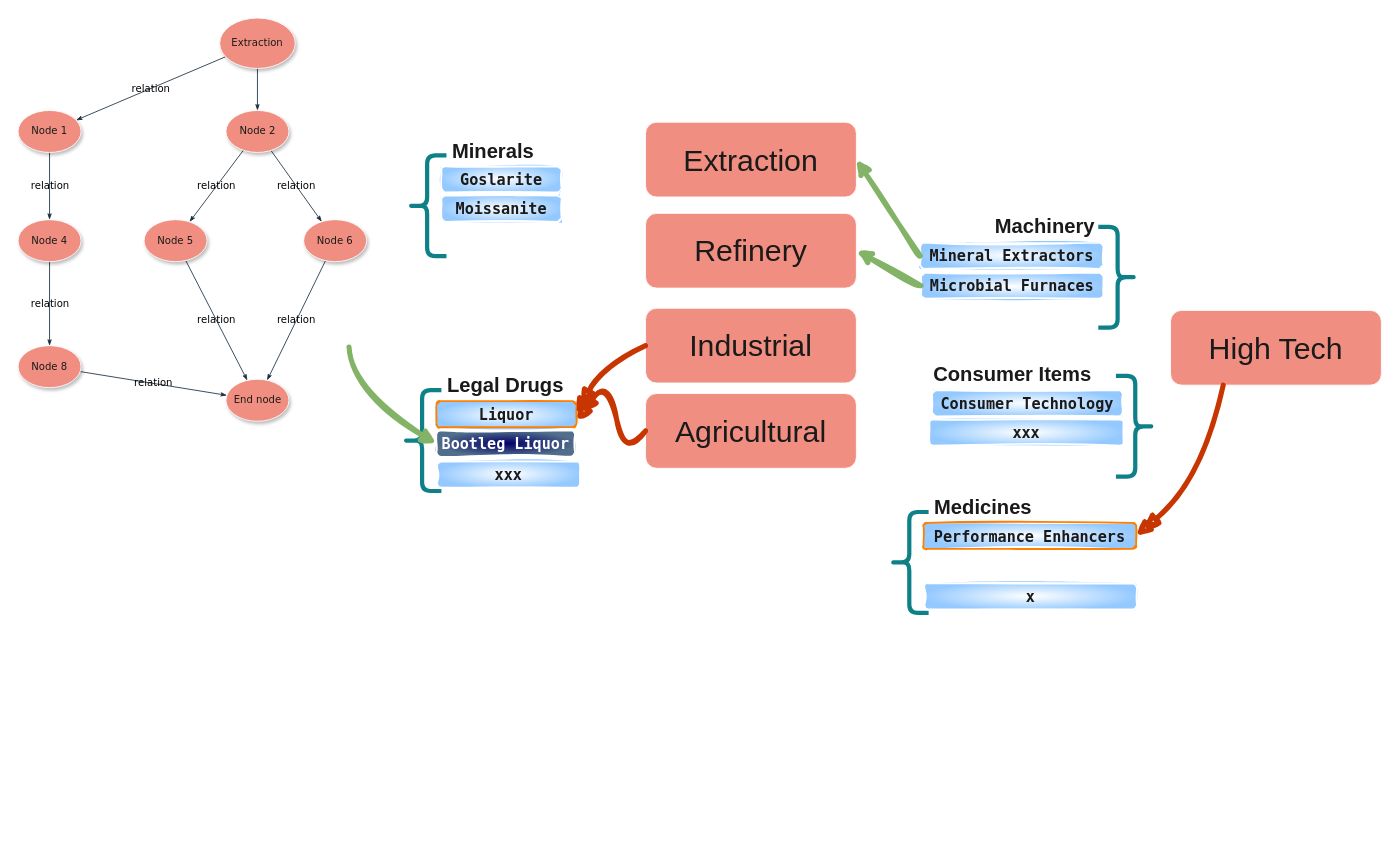
Before: docs/Untitled Diagram.drawio in zedayseekay/zeddocs, a draw.io diagram. Source tidied: cells renumbered, new cells numbered last; positions are measured from the earlier drawing's top-left corner, leaving out a move shared by most shapes. Both pictures are drawn from the tidied source at 84%, with x=0, y=0 at pixel (18, 18).
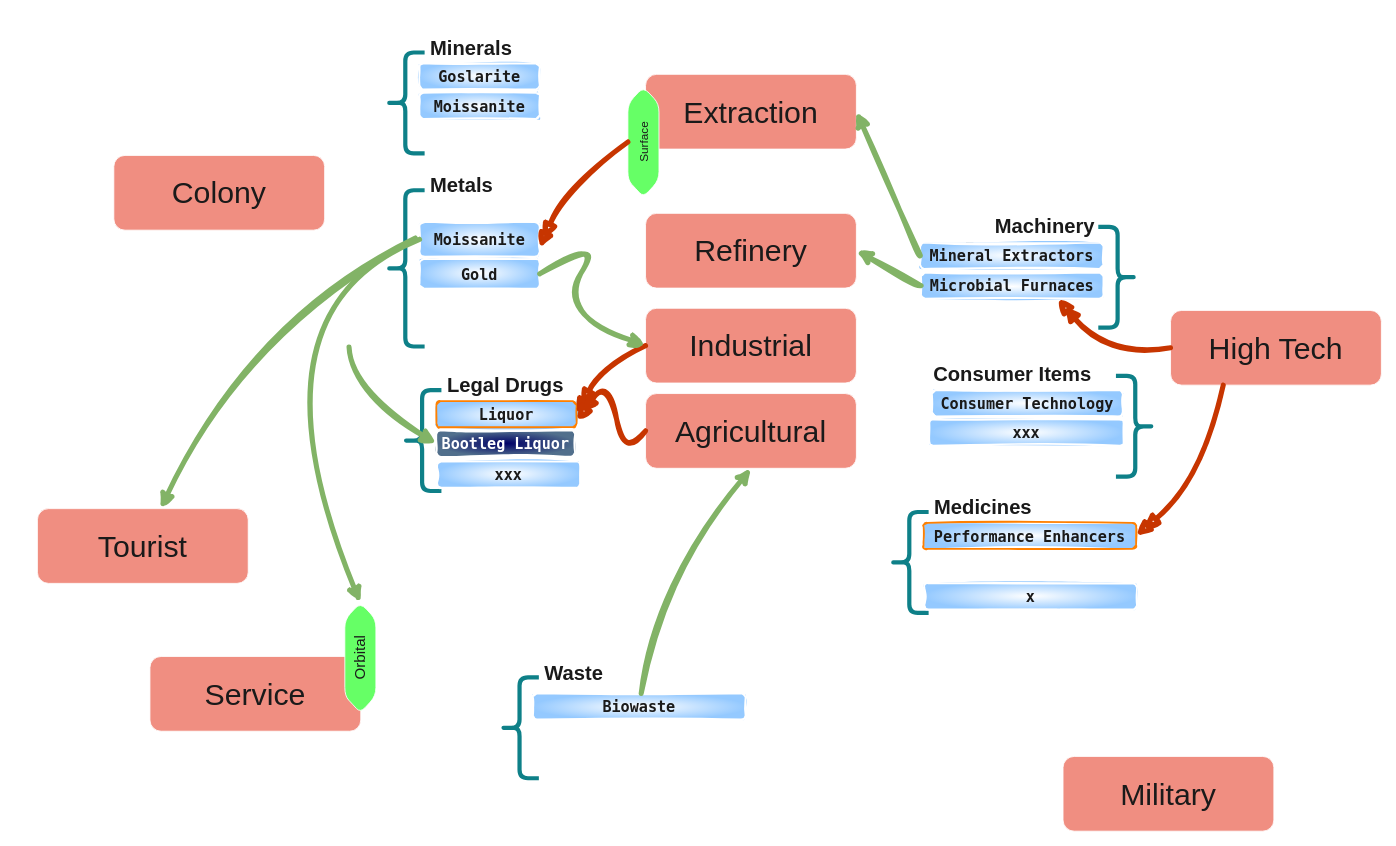
Above is the later version.

The change refers to these unchanged cells:
```xml
<mxCell id="27" value="High Tech" style="rounded=1;whiteSpace=wrap;html=1;strokeColor=#FFFFFF;fontColor=#1A1A1A;fillColor=#F08E81;fontSize=36;" parent="1" vertex="1">
  <mxGeometry x="1372" y="348" width="251" height="89" as="geometry" />
</mxCell>
<mxCell id="28" value="Industrial" style="rounded=1;whiteSpace=wrap;html=1;strokeColor=#FFFFFF;fontColor=#1A1A1A;fillColor=#F08E81;fontSize=36;" parent="1" vertex="1">
  <mxGeometry x="747" y="345.5" width="251" height="89" as="geometry" />
</mxCell>
<mxCell id="29" value="Microbial Furnaces" style="rounded=1;whiteSpace=wrap;html=1;strokeWidth=2;fillWeight=4;hachureGap=8;hachureAngle=45;fillColor=default;sketch=1;strokeColor=#FFFFFF;fontColor=#1A1A1A;fontStyle=1;fontSize=18;labelBorderColor=none;fontFamily=Lucida Console;gradientColor=#94C9FF;gradientDirection=radial;" parent="1" vertex="1">
  <mxGeometry x="1075" y="303" width="217" height="31" as="geometry" />
</mxCell>
<mxCell id="44" value="Agricultural" style="rounded=1;whiteSpace=wrap;html=1;strokeColor=#FFFFFF;fontColor=#1A1A1A;fillColor=#F08E81;fontSize=36;" parent="1" vertex="1">
  <mxGeometry x="747" y="447" width="251" height="89" as="geometry" />
</mxCell>
```

What changed in the source:
```diff
@@
-    <mxCell id="2" style="edgeStyle=none;rounded=1;html=1;labelBackgroundColor=none;startArrow=none;startFill=0;startSize=5;endArrow=classicThin;endFill=1;endSize=5;jettySize=auto;strokeColor=#182E3E;strokeWidth=1;fontFamily=Verdana;fontSize=12;fontColor=default;" parent="1" edge="1" source="4" target="7">
-      <mxGeometry relative="1" as="geometry" />
-    </mxCell>
-    <mxCell id="3" value="relation" style="edgeStyle=none;rounded=1;html=1;labelBackgroundColor=none;startArrow=none;startFill=0;startSize=5;endArrow=classicThin;endFill=1;endSize=5;jettySize=auto;strokeColor=#182E3E;strokeWidth=1;fontFamily=Verdana;fontSize=12;fontColor=default;" parent="1" edge="1" source="4" target="14">
-      <mxGeometry relative="1" as="geometry" />
-    </mxCell>
-    <mxCell id="4" value="Extraction" style="ellipse;whiteSpace=wrap;html=1;rounded=1;shadow=1;comic=0;labelBackgroundColor=none;strokeWidth=1;fontFamily=Verdana;fontSize=12;align=center;fillColor=#F08E81;strokeColor=#FFFFFF;fontColor=#1A1A1A;" parent="1" vertex="1">
-      <mxGeometry x="240" width="90" height="60" as="geometry" />
-    </mxCell>
-    <mxCell id="5" value="relation" style="edgeStyle=none;rounded=1;html=1;labelBackgroundColor=none;startArrow=none;startFill=0;startSize=5;endArrow=classicThin;endFill=1;endSize=5;jettySize=auto;strokeColor=#182E3E;strokeWidth=1;fontFamily=Verdana;fontSize=12;fontColor=default;" parent="1" edge="1" source="7" target="11">
-      <mxGeometry relative="1" as="geometry" />
-    </mxCell>
-    <mxCell id="6" value="relation" style="edgeStyle=none;rounded=1;html=1;labelBackgroundColor=none;startArrow=none;startFill=0;startSize=5;endArrow=classicThin;endFill=1;endSize=5;jettySize=auto;strokeColor=#182E3E;strokeWidth=1;fontFamily=Verdana;fontSize=12;fontColor=default;" parent="1" edge="1" source="7" target="9">
-      <mxGeometry relative="1" as="geometry" />
-    </mxCell>
-    <mxCell id="7" value="&lt;span&gt;Node 2&lt;/span&gt;" style="ellipse;whiteSpace=wrap;html=1;rounded=1;shadow=1;comic=0;labelBackgroundColor=none;strokeWidth=1;fontFamily=Verdana;fontSize=12;align=center;fillColor=#F08E81;strokeColor=#FFFFFF;fontColor=#1A1A1A;" parent="1" vertex="1">
-      <mxGeometry x="247.5" y="110" width="75" height="50" as="geometry" />
-    </mxCell>
-    <mxCell id="8" value="relation" style="edgeStyle=none;rounded=1;html=1;labelBackgroundColor=none;startArrow=none;startFill=0;startSize=5;endArrow=classicThin;endFill=1;endSize=5;jettySize=auto;strokeColor=#182E3E;strokeWidth=1;fontFamily=Verdana;fontSize=12;fontColor=default;" parent="1" edge="1" source="9" target="12">
-      <mxGeometry relative="1" as="geometry" />
-    </mxCell>
-    <mxCell id="9" value="&lt;span&gt;Node 6&lt;/span&gt;" style="ellipse;whiteSpace=wrap;html=1;rounded=1;shadow=1;comic=0;labelBackgroundColor=none;strokeWidth=1;fontFamily=Verdana;fontSize=12;align=center;fillColor=#F08E81;strokeColor=#FFFFFF;fontColor=#1A1A1A;" parent="1" vertex="1">
-      <mxGeometry x="340" y="240" width="75" height="50" as="geometry" />
-    </mxCell>
-    <mxCell id="10" value="relation" style="edgeStyle=none;rounded=1;html=1;labelBackgroundColor=none;startArrow=none;startFill=0;startSize=5;endArrow=classicThin;endFill=1;endSize=5;jettySize=auto;strokeColor=#182E3E;strokeWidth=1;fontFamily=Verdana;fontSize=12;fontColor=default;" parent="1" edge="1" source="11" target="12">
-      <mxGeometry relative="1" as="geometry" />
-    </mxCell>
-    <mxCell id="11" value="&lt;span&gt;Node 5&lt;/span&gt;" style="ellipse;whiteSpace=wrap;html=1;rounded=1;shadow=1;comic=0;labelBackgroundColor=none;strokeWidth=1;fontFamily=Verdana;fontSize=12;align=center;fillColor=#F08E81;strokeColor=#FFFFFF;fontColor=#1A1A1A;" parent="1" vertex="1">
-      <mxGeometry x="150" y="240" width="75" height="50" as="geometry" />
-    </mxCell>
-    <mxCell id="12" value="End node" style="ellipse;whiteSpace=wrap;html=1;rounded=1;shadow=1;comic=0;labelBackgroundColor=none;strokeWidth=1;fontFamily=Verdana;fontSize=12;align=center;fillColor=#F08E81;strokeColor=#FFFFFF;fontColor=#1A1A1A;" parent="1" vertex="1">
-      <mxGeometry x="247.5" y="430" width="75" height="50" as="geometry" />
-    </mxCell>
-    <mxCell id="13" value="relation" style="edgeStyle=none;rounded=1;html=1;labelBackgroundColor=none;startArrow=none;startFill=0;startSize=5;endArrow=classicThin;endFill=1;endSize=5;jettySize=auto;strokeColor=#182E3E;strokeWidth=1;fontFamily=Verdana;fontSize=12;fontColor=default;" parent="1" edge="1" source="14" target="16">
-      <mxGeometry relative="1" as="geometry" />
-    </mxCell>
-    <mxCell id="14" value="Node 1" style="ellipse;whiteSpace=wrap;html=1;rounded=1;shadow=1;comic=0;labelBackgroundColor=none;strokeWidth=1;fontFamily=Verdana;fontSize=12;align=center;fillColor=#F08E81;strokeColor=#FFFFFF;fontColor=#1A1A1A;" parent="1" vertex="1">
-      <mxGeometry y="110" width="75" height="50" as="geometry" />
-    </mxCell>
-    <mxCell id="15" value="relation" style="edgeStyle=none;rounded=1;html=1;labelBackgroundColor=none;startArrow=none;startFill=0;startSize=5;endArrow=classicThin;endFill=1;endSize=5;jettySize=auto;strokeColor=#182E3E;strokeWidth=1;fontFamily=Verdana;fontSize=12;fontColor=default;" parent="1" edge="1" source="16" target="18">
-      <mxGeometry relative="1" as="geometry" />
-    </mxCell>
-    <mxCell id="16" value="&lt;span&gt;Node 4&lt;/span&gt;" style="ellipse;whiteSpace=wrap;html=1;rounded=1;shadow=1;comic=0;labelBackgroundColor=none;strokeWidth=1;fontFamily=Verdana;fontSize=12;align=center;fillColor=#F08E81;strokeColor=#FFFFFF;fontColor=#1A1A1A;" parent="1" vertex="1">
-      <mxGeometry y="240" width="75" height="50" as="geometry" />
-    </mxCell>
-    <mxCell id="17" value="relation" style="edgeStyle=none;rounded=1;html=1;labelBackgroundColor=none;startArrow=none;startFill=0;startSize=5;endArrow=classicThin;endFill=1;endSize=5;jettySize=auto;strokeColor=#182E3E;strokeWidth=1;fontFamily=Verdana;fontSize=12;fontColor=default;" parent="1" edge="1" source="18" target="12">
-      <mxGeometry relative="1" as="geometry" />
-    </mxCell>
-    <mxCell id="18" value="&lt;span&gt;Node 8&lt;/span&gt;" style="ellipse;whiteSpace=wrap;html=1;rounded=1;shadow=1;comic=0;labelBackgroundColor=none;strokeWidth=1;fontFamily=Verdana;fontSize=12;align=center;fillColor=#F08E81;strokeColor=#FFFFFF;fontColor=#1A1A1A;" parent="1" vertex="1">
-      <mxGeometry y="390" width="75" height="50" as="geometry" />
-    </mxCell>
     <mxCell id="19" style="shape=curlyBracket;whiteSpace=wrap;html=1;rounded=1;labelPosition=left;verticalLabelPosition=middle;align=right;verticalAlign=middle;strokeColor=#FFFFFF;fontColor=#1A1A1A;fillColor=#F08E81;" parent="1" vertex="1">
-      <mxGeometry x="461" y="145" width="20" height="120" as="geometry" />
+      <mxGeometry x="435" y="22.5" width="20" height="120" as="geometry" />
     </mxCell>
     <mxCell id="20" style="shape=curlyBracket;whiteSpace=wrap;html=1;rounded=1;flipH=1;labelPosition=right;verticalLabelPosition=middle;align=left;verticalAlign=middle;strokeColor=#FFFFFF;fontColor=#1A1A1A;fillColor=#F08E81;" parent="1" vertex="1">
-      <mxGeometry x="461" y="145" width="20" height="120" as="geometry" />
+      <mxGeometry x="435" y="22.5" width="20" height="120" as="geometry" />
     </mxCell>
     <mxCell id="21" style="shape=curlyBracket;whiteSpace=wrap;html=1;rounded=1;labelPosition=left;verticalLabelPosition=middle;align=right;verticalAlign=middle;strokeColor=#0e8088;fillColor=#b0e3e6;strokeWidth=5;perimeterSpacing=2;shadow=0;" parent="1" vertex="1">
-      <mxGeometry x="464" y="163.5" width="46" height="120" as="geometry" />
+      <mxGeometry x="438" y="41" width="46" height="120" as="geometry" />
     </mxCell>
     <mxCell id="22" value="Goslarite" style="rounded=1;whiteSpace=wrap;html=1;strokeWidth=2;fillWeight=4;hachureGap=8;hachureAngle=45;fillColor=default;sketch=1;strokeColor=#FFFFFF;fontColor=#1A1A1A;fontStyle=1;fontSize=18;labelBorderColor=none;fontFamily=Lucida Console;gradientColor=#94C9FF;gradientDirection=radial;" parent="1" vertex="1">
-      <mxGeometry x="504" y="176.5" width="143" height="31" as="geometry" />
+      <mxGeometry x="478" y="54" width="143" height="31" as="geometry" />
     </mxCell>
     <mxCell id="23" value="Moissanite" style="rounded=1;whiteSpace=wrap;html=1;strokeWidth=2;fillWeight=4;hachureGap=8;hachureAngle=45;fillColor=default;sketch=1;strokeColor=#FFFFFF;fontColor=#1A1A1A;fontStyle=1;fontSize=18;labelBorderColor=none;fontFamily=Lucida Console;gradientColor=#94C9FF;gradientDirection=radial;" parent="1" vertex="1">
-      <mxGeometry x="504" y="211.5" width="143" height="31" as="geometry" />
+      <mxGeometry x="478" y="89" width="143" height="31" as="geometry" />
     </mxCell>
     <mxCell id="24" value="Minerals" style="text;strokeColor=none;fillColor=none;html=1;fontSize=24;fontStyle=1;verticalAlign=middle;align=left;fontColor=#1A1A1A;" parent="1" vertex="1">
-      <mxGeometry x="515" y="138.5" width="100" height="40" as="geometry" />
+      <mxGeometry x="489" y="16" width="100" height="40" as="geometry" />
     </mxCell>
     <mxCell id="25" value="Extraction" style="rounded=1;whiteSpace=wrap;html=1;strokeColor=#FFFFFF;fontColor=#1A1A1A;fillColor=#F08E81;fontSize=36;" parent="1" vertex="1">
-      <mxGeometry x="747" y="124" width="251" height="89" as="geometry" />
+      <mxGeometry x="747" y="67" width="251" height="89" as="geometry" />
     </mxCell>
@@
+    <mxCell id="54" style="endArrow=doubleBlock;html=1;strokeColor=#C73500;fontColor=#1A1A1A;fillColor=#fa6800;curved=1;strokeWidth=6;sketch=1;curveFitting=1;jiggle=2;startArrow=none;startFill=0;targetPerimeterSpacing=0;endFill=1;exitX=0;exitY=0.5;exitDx=0;exitDy=0;entryX=0.75;entryY=1;entryDx=0;entryDy=0;" parent="1" edge="1" source="27" target="29">
+      <mxGeometry relative="1" as="geometry">
+        <Array as="points">
+          <mxPoint x="1297" y="404" />
+        </Array>
+      </mxGeometry>
+    </mxCell>
+    <mxCell id="55" value="Colony" style="rounded=1;whiteSpace=wrap;html=1;strokeColor=#FFFFFF;fontColor=#1A1A1A;fillColor=#F08E81;fontSize=36;" parent="1" vertex="1">
+      <mxGeometry x="114" y="163.5" width="251" height="89" as="geometry" />
+    </mxCell>
+    <mxCell id="56" value="Tourist" style="rounded=1;whiteSpace=wrap;html=1;strokeColor=#FFFFFF;fontColor=#1A1A1A;fillColor=#F08E81;fontSize=36;" parent="1" vertex="1">
+      <mxGeometry x="23" y="584" width="251" height="89" as="geometry" />
+    </mxCell>
+    <mxCell id="57" value="Military" style="rounded=1;whiteSpace=wrap;html=1;strokeColor=#FFFFFF;fontColor=#1A1A1A;fillColor=#F08E81;fontSize=36;" parent="1" vertex="1">
+      <mxGeometry x="1244" y="879" width="251" height="89" as="geometry" />
+    </mxCell>
+    <mxCell id="58" style="shape=curlyBracket;whiteSpace=wrap;html=1;rounded=1;labelPosition=left;verticalLabelPosition=middle;align=right;verticalAlign=middle;strokeColor=#FFFFFF;fontColor=#1A1A1A;fillColor=#F08E81;" parent="1" vertex="1">
+      <mxGeometry x="435" y="186.5" width="20" height="120" as="geometry" />
+    </mxCell>
+    <mxCell id="59" style="shape=curlyBracket;whiteSpace=wrap;html=1;rounded=1;flipH=1;labelPosition=right;verticalLabelPosition=middle;align=left;verticalAlign=middle;strokeColor=#FFFFFF;fontColor=#1A1A1A;fillColor=#F08E81;" parent="1" vertex="1">
+      <mxGeometry x="435" y="186.5" width="20" height="120" as="geometry" />
+    </mxCell>
+    <mxCell id="60" style="shape=curlyBracket;whiteSpace=wrap;html=1;rounded=1;labelPosition=left;verticalLabelPosition=middle;align=right;verticalAlign=middle;strokeColor=#0e8088;fillColor=#b0e3e6;strokeWidth=5;perimeterSpacing=2;shadow=0;" parent="1" vertex="1">
+      <mxGeometry x="438" y="205" width="46" height="186" as="geometry" />
+    </mxCell>
+    <mxCell id="61" value="Gold" style="rounded=1;whiteSpace=wrap;html=1;strokeWidth=2;fillWeight=4;hachureGap=8;hachureAngle=45;fillColor=default;sketch=1;strokeColor=#FFFFFF;fontColor=#1A1A1A;fontStyle=1;fontSize=18;labelBorderColor=none;fontFamily=Lucida Console;gradientColor=#94C9FF;gradientDirection=radial;" parent="1" vertex="1">
+      <mxGeometry x="478" y="287" width="143" height="35" as="geometry" />
+    </mxCell>
+    <mxCell id="62" value="Moissanite" style="rounded=1;whiteSpace=wrap;html=1;strokeWidth=2;fillWeight=4;hachureGap=8;hachureAngle=45;fillColor=default;sketch=1;strokeColor=#FFFFFF;fontColor=#1A1A1A;fontStyle=1;fontSize=18;labelBorderColor=none;fontFamily=Lucida Console;gradientColor=#94C9FF;gradientDirection=radial;" parent="1" vertex="1">
+      <mxGeometry x="478" y="243" width="143" height="41" as="geometry" />
+    </mxCell>
+    <mxCell id="63" value="Metals" style="text;strokeColor=none;fillColor=none;html=1;fontSize=24;fontStyle=1;verticalAlign=middle;align=left;fontColor=#1A1A1A;" parent="1" vertex="1">
+      <mxGeometry x="489" y="180" width="100" height="40" as="geometry" />
+    </mxCell>
+    <mxCell id="64" style="endArrow=classic;html=1;strokeColor=#82b366;fontColor=#1A1A1A;exitX=1;exitY=0.5;exitDx=0;exitDy=0;entryX=0;entryY=0.5;entryDx=0;entryDy=0;fillColor=#d5e8d4;gradientColor=#97d077;curved=1;strokeWidth=6;sketch=1;curveFitting=1;jiggle=2;" parent="1" edge="1" source="61" target="28">
+      <mxGeometry relative="1" as="geometry">
+        <Array as="points">
+          <mxPoint x="697" y="258" />
+          <mxPoint x="643" y="350" />
+        </Array>
+      </mxGeometry>
+    </mxCell>
+    <mxCell id="65" style="shape=curlyBracket;whiteSpace=wrap;html=1;rounded=1;labelPosition=left;verticalLabelPosition=middle;align=right;verticalAlign=middle;strokeColor=#0e8088;fillColor=#b0e3e6;strokeWidth=5;perimeterSpacing=2;shadow=0;" parent="1" vertex="1">
+      <mxGeometry x="574" y="785" width="46" height="120" as="geometry" />
+    </mxCell>
+    <mxCell id="66" value="Waste" style="text;strokeColor=none;fillColor=none;html=1;fontSize=24;fontStyle=1;verticalAlign=middle;align=left;fontColor=#1A1A1A;" parent="1" vertex="1">
+      <mxGeometry x="625" y="760" width="100" height="40" as="geometry" />
+    </mxCell>
+    <mxCell id="67" value="Biowaste" style="rounded=1;whiteSpace=wrap;html=1;strokeWidth=2;fillWeight=4;hachureGap=8;hachureAngle=45;fillColor=default;sketch=1;strokeColor=#FFFFFF;fontColor=#1A1A1A;fontStyle=1;fontSize=18;labelBorderColor=none;fontFamily=Lucida Console;gradientColor=#94C9FF;gradientDirection=radial;" parent="1" vertex="1">
+      <mxGeometry x="613" y="804" width="253" height="31" as="geometry" />
+    </mxCell>
+    <mxCell id="68" style="endArrow=classic;html=1;strokeColor=#82b366;fontColor=#1A1A1A;entryX=0.5;entryY=1;entryDx=0;entryDy=0;fillColor=#d5e8d4;gradientColor=#97d077;curved=1;strokeWidth=6;sketch=1;curveFitting=1;jiggle=2;" parent="1" edge="1" source="67" target="44">
+      <mxGeometry relative="1" as="geometry">
+        <Array as="points">
+          <mxPoint x="761" y="676" />
+        </Array>
+      </mxGeometry>
+    </mxCell>
+    <mxCell id="69" value="Surface" style="shape=hexagon;perimeter=hexagonPerimeter2;whiteSpace=wrap;html=1;fixedSize=1;strokeColor=#FFFFFF;fontColor=#1A1A1A;fillColor=#66FF66;fontSize=14;rounded=1;rotation=-90;" parent="1" vertex="1">
+      <mxGeometry x="679" y="129" width="131" height="37" as="geometry" />
+    </mxCell>
+    <mxCell id="70" style="endArrow=doubleBlock;html=1;strokeColor=#C73500;fontColor=#1A1A1A;exitX=0.5;exitY=0;exitDx=0;exitDy=0;entryX=1;entryY=0.75;entryDx=0;entryDy=0;fillColor=#fa6800;curved=1;strokeWidth=6;sketch=1;curveFitting=1;jiggle=2;startArrow=none;startFill=0;targetPerimeterSpacing=0;endFill=1;" parent="1" edge="1" source="69" target="62">
+      <mxGeometry relative="1" as="geometry">
+        <Array as="points">
+          <mxPoint x="653" y="201" />
+        </Array>
+      </mxGeometry>
+    </mxCell>
+    <mxCell id="71" value="Service" style="rounded=1;whiteSpace=wrap;html=1;strokeColor=#FFFFFF;fontColor=#1A1A1A;fillColor=#F08E81;fontSize=36;" parent="1" vertex="1">
+      <mxGeometry x="157" y="760" width="251" height="89" as="geometry" />
+    </mxCell>
+    <mxCell id="72" value="Orbital" style="shape=hexagon;perimeter=hexagonPerimeter2;whiteSpace=wrap;html=1;fixedSize=1;strokeColor=#FFFFFF;fontColor=#1A1A1A;fillColor=#66FF66;fontSize=18;rounded=1;rotation=-90;" parent="1" vertex="1">
+      <mxGeometry x="342" y="743" width="131" height="37" as="geometry" />
+    </mxCell>
+    <mxCell id="73" style="endArrow=classic;html=1;strokeColor=#82b366;fontColor=#1A1A1A;exitX=0;exitY=0.5;exitDx=0;exitDy=0;entryX=1;entryY=0.5;entryDx=0;entryDy=0;fillColor=#d5e8d4;gradientColor=#97d077;curved=1;strokeWidth=6;sketch=1;curveFitting=1;jiggle=2;" parent="1" edge="1" source="62" target="72">
+      <mxGeometry relative="1" as="geometry">
+        <Array as="points">
+          <mxPoint x="264" y="355" />
+        </Array>
+      </mxGeometry>
+    </mxCell>
+    <mxCell id="74" style="endArrow=classic;html=1;strokeColor=#82b366;fontColor=#1A1A1A;fillColor=#d5e8d4;gradientColor=#97d077;curved=1;strokeWidth=6;sketch=1;curveFitting=1;jiggle=2;" parent="1" edge="1" target="56">
+      <mxGeometry relative="1" as="geometry">
+        <mxPoint x="473" y="262" as="sourcePoint" />
+        <Array as="points">
+          <mxPoint x="274" y="365" />
+        </Array>
+      </mxGeometry>
+    </mxCell>
```
